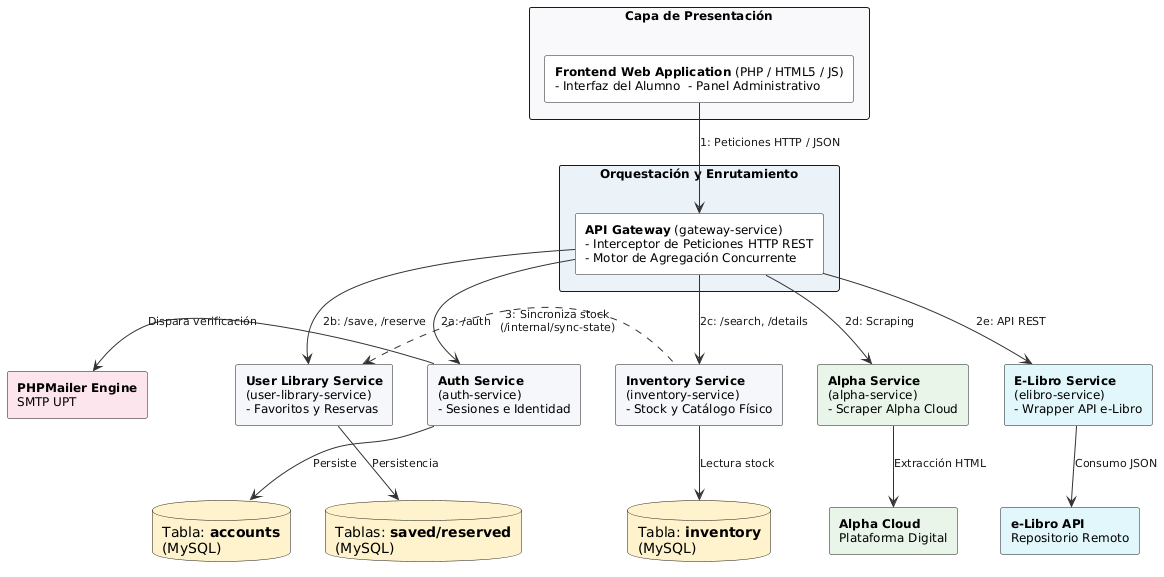
Earlier version of the PlantUML export media/fd04/diagrama_arquitectura_paquetes.png (UPT-FAING-EPIS/proyecto-si889-2026-i-u2-nexuslib-lbibliotecaupt).
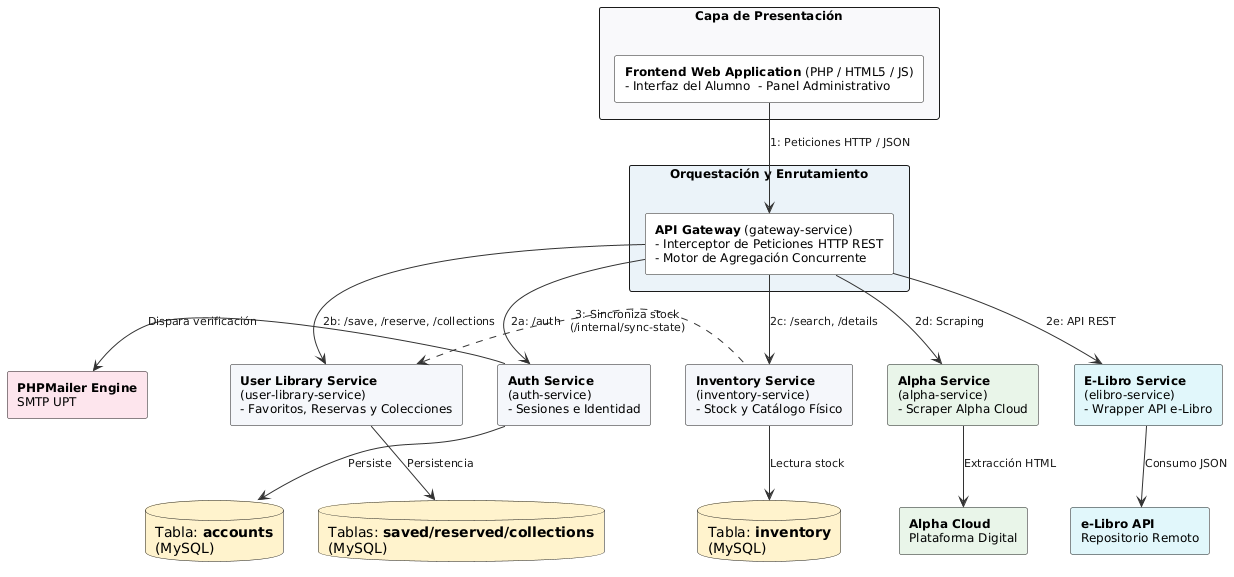
After the change.

What changed in the source:
```diff
@@ -32,7 +32,7 @@
 
 together {
     rectangle "**Auth Service**\n(auth-service)\n- Sesiones e Identidad" as auth #F5F7FA
-    rectangle "**User Library Service**\n(user-library-service)\n- Favoritos y Reservas" as library #F5F7FA
+    rectangle "**User Library Service**\n(user-library-service)\n- Favoritos, Reservas y Colecciones" as library #F5F7FA
     rectangle "**Inventory Service**\n(inventory-service)\n- Stock y Catálogo Físico" as inv #F5F7FA
     rectangle "**Alpha Service**\n(alpha-service)\n- Scraper Alpha Cloud" as alpha #E8F5E9
     rectangle "**E-Libro Service**\n(elibro-service)\n- Wrapper API e-Libro" as elibro #E0F7FA
@@ -44,7 +44,7 @@
 alpha -[hidden]right-> elibro
 
 gateway -down-> auth : "2a: /auth"
-gateway -down-> library : "2b: /save, /reserve"
+gateway -down-> library : "2b: /save, /reserve, /collections"
 gateway -down-> inv : "2c: /search, /details"
 gateway -down-> alpha : "2d: Scraping"
 gateway -down-> elibro : "2e: API REST"
@@ -53,7 +53,7 @@
 
 rectangle "**PHPMailer Engine**\nSMTP UPT" as mail_ext #FCE4EC
 database "Tabla: **accounts**\n(MySQL)" as t_accounts #FFF3CD
-database "Tablas: **saved/reserved**\n(MySQL)" as t_library #FFF3CD
+database "Tablas: **saved/reserved/collections**\n(MySQL)" as t_library #FFF3CD
 database "Tabla: **inventory**\n(MySQL)" as t_inventory #FFF3CD
 rectangle "**Alpha Cloud**\nPlataforma Digital" as alpha_ext #E8F5E9
 rectangle "**e-Libro API**\nRepositorio Remoto" as elibro_ext #E0F7FA
```
